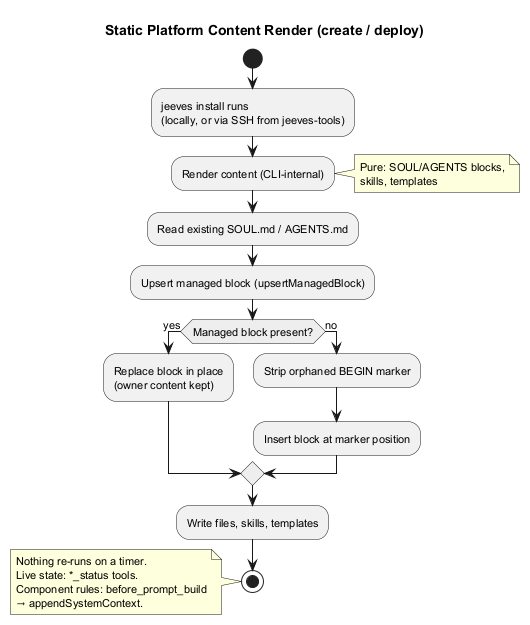
Above: diagrams/out/managed-content-lifecycle.png in karmaniverous/jeeves (PlantUML), before the change.
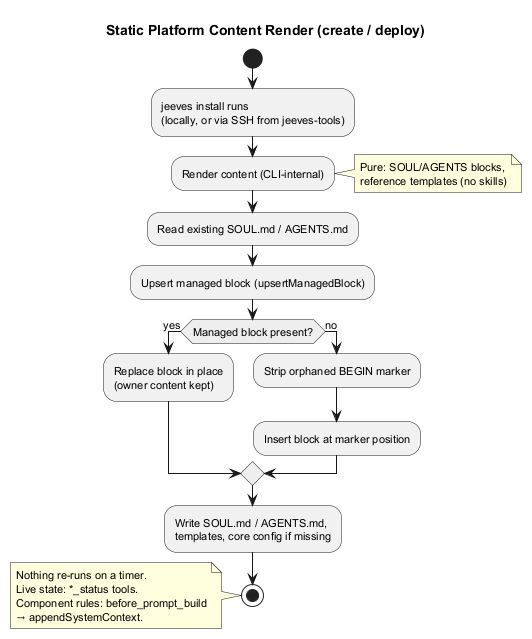
Later version of the same file.

Commit message:
[108] docs: regenerate diagram PNGs without the skills output

What changed in the source:
```diff
@@ -11,7 +11,7 @@
 :jeeves install runs\n(locally, or via SSH from jeeves-tools);
 
 :Render content (CLI-internal);
-note right: Pure: SOUL/AGENTS blocks,\nskills, templates
+note right: Pure: SOUL/AGENTS blocks,\nreference templates (no skills)
 
 :Read existing SOUL.md / AGENTS.md;
 
@@ -24,7 +24,7 @@
   :Insert block at marker position;
 endif
 
-:Write files, skills, templates;
+:Write SOUL.md / AGENTS.md,\ntemplates, core config if missing;
 
 stop
 
```
